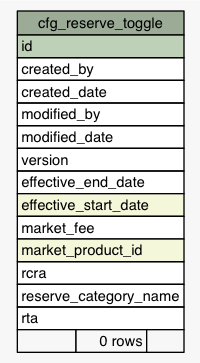
Above: Data/settlement/diagrams/summary/cfg_reserve_toggle.1degree.png in eyana-m/python-data-dictionary-writer (Graphviz), before the change. Its source is kept beside it as Data/settlement/diagrams/summary/cfg_reserve_toggle.1degree.dot. The source it was exported from:
```dot
digraph "cfg_reserve_toggle" {
  graph [
    rankdir="RL"
    bgcolor="#f7f7f7"
    nodesep="0.18"
    ranksep="0.46"
    fontname="Helvetica"
    fontsize="11"
  ];
  node [
    fontname="Helvetica"
    fontsize="11"
    shape="plaintext"
  ];
  edge [
    arrowsize="0.8"
  ];
  "cfg_reserve_toggle" [
    label=<
    <TABLE BORDER="0" CELLBORDER="1" CELLSPACING="0" BGCOLOR="#ffffff">
      <TR><TD COLSPAN="3" BGCOLOR="#9bab96" ALIGN="CENTER">cfg_reserve_toggle</TD></TR>
      <TR><TD PORT="id" COLSPAN="3" BGCOLOR="#bed1b8" ALIGN="LEFT">id</TD></TR>
      <TR><TD PORT="created_by" COLSPAN="3" ALIGN="LEFT">created_by</TD></TR>
      <TR><TD PORT="created_date" COLSPAN="3" ALIGN="LEFT">created_date</TD></TR>
      <TR><TD PORT="modified_by" COLSPAN="3" ALIGN="LEFT">modified_by</TD></TR>
      <TR><TD PORT="modified_date" COLSPAN="3" ALIGN="LEFT">modified_date</TD></TR>
      <TR><TD PORT="version" COLSPAN="3" ALIGN="LEFT">version</TD></TR>
      <TR><TD PORT="effective_end_date" COLSPAN="3" ALIGN="LEFT">effective_end_date</TD></TR>
      <TR><TD PORT="effective_start_date" COLSPAN="3" BGCOLOR="#f4f7da" ALIGN="LEFT">effective_start_date</TD></TR>
      <TR><TD PORT="market_fee" COLSPAN="3" ALIGN="LEFT">market_fee</TD></TR>
      <TR><TD PORT="market_product_id" COLSPAN="3" BGCOLOR="#f4f7da" ALIGN="LEFT">market_product_id</TD></TR>
      <TR><TD PORT="rcra" COLSPAN="3" ALIGN="LEFT">rcra</TD></TR>
      <TR><TD PORT="reserve_category_name" COLSPAN="3" ALIGN="LEFT">reserve_category_name</TD></TR>
      <TR><TD PORT="rta" COLSPAN="3" ALIGN="LEFT">rta</TD></TR>
      <TR><TD ALIGN="LEFT" BGCOLOR="#f7f7f7">  </TD><TD ALIGN="RIGHT" BGCOLOR="#f7f7f7">0 rows</TD><TD ALIGN="RIGHT" BGCOLOR="#f7f7f7">  </TD></TR>
    </TABLE>>
    URL="tables/cfg_reserve_toggle.html"
    tooltip="cfg_reserve_toggle"
  ];
}
```
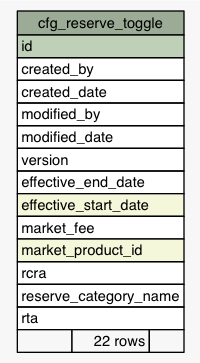
After the change.

Diff of the diagram source:
```diff
@@ -32,7 +32,7 @@
       <TR><TD PORT="rcra" COLSPAN="3" ALIGN="LEFT">rcra</TD></TR>
       <TR><TD PORT="reserve_category_name" COLSPAN="3" ALIGN="LEFT">reserve_category_name</TD></TR>
       <TR><TD PORT="rta" COLSPAN="3" ALIGN="LEFT">rta</TD></TR>
-      <TR><TD ALIGN="LEFT" BGCOLOR="#f7f7f7">  </TD><TD ALIGN="RIGHT" BGCOLOR="#f7f7f7">0 rows</TD><TD ALIGN="RIGHT" BGCOLOR="#f7f7f7">  </TD></TR>
+      <TR><TD ALIGN="LEFT" BGCOLOR="#f7f7f7">  </TD><TD ALIGN="RIGHT" BGCOLOR="#f7f7f7">22 rows</TD><TD ALIGN="RIGHT" BGCOLOR="#f7f7f7">  </TD></TR>
     </TABLE>>
     URL="tables/cfg_reserve_toggle.html"
     tooltip="cfg_reserve_toggle"
```
